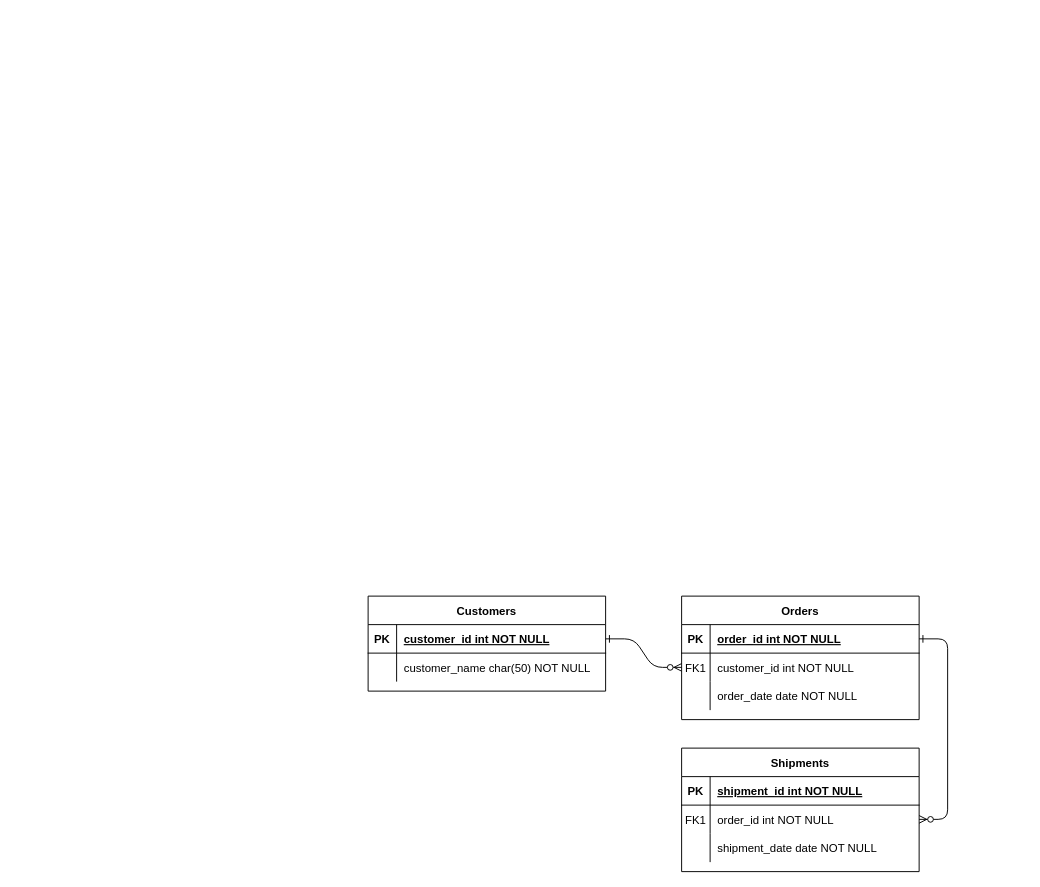
vitorjurj/GIS_Spatii_Verzi keeps this draw.io diagram as GIS_Spatii_Verzi.drawio. Above is the earlier version. Source tidied: cells renumbered, new cells numbered last; positions are measured from the earlier drawing's top-left corner, leaving out a move shared by most shapes. Both pictures are drawn from the tidied source at 95%, with x=0, y=0 at pixel (368, 596).
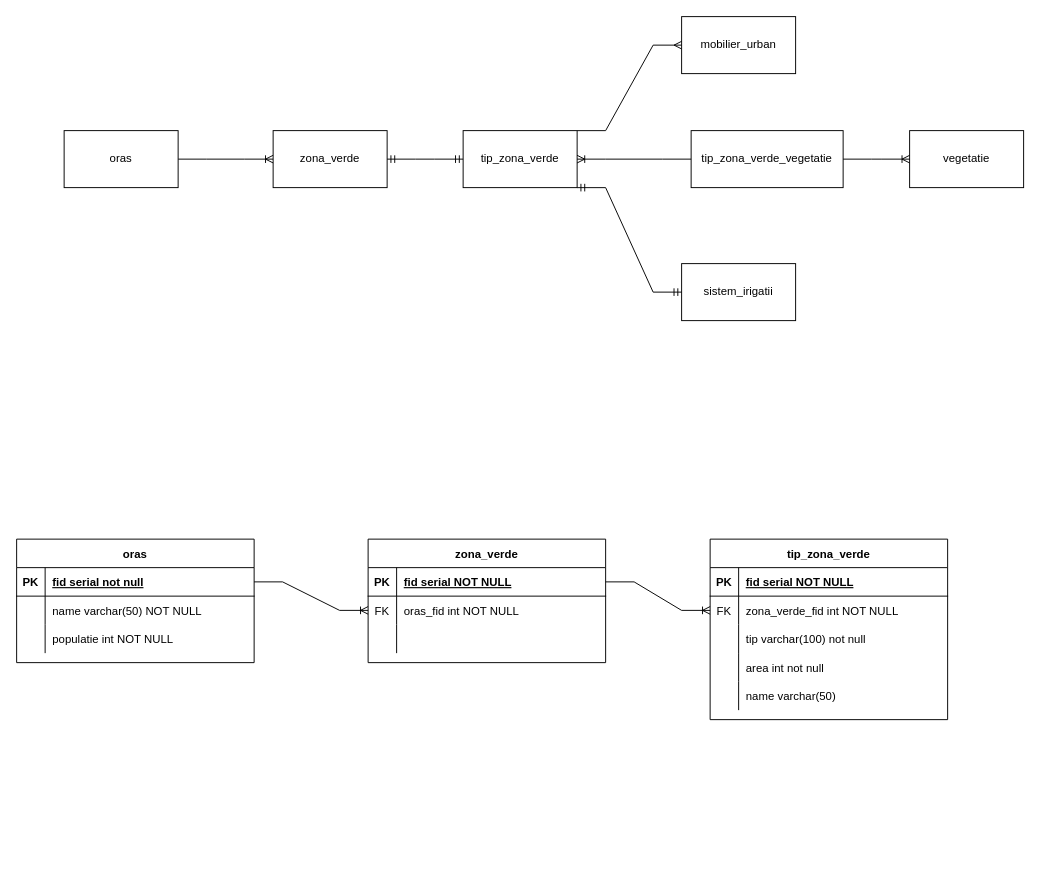
Above is the later version.

Unchanged cells that the change refers to:
```xml
<mxCell id="5" style="shape=partialRectangle;fillColor=none;points=[[0,0.5],[1,0.5]];portConstraint=eastwest;top=0;left=0;right=0;bottom=1;" parent="4" vertex="1">
  <mxGeometry y="30" width="250" height="30" as="geometry" />
</mxCell>
<mxCell id="8" style="shape=partialRectangle;fillColor=none;points=[[0,0.5],[1,0.5]];portConstraint=eastwest;top=0;left=0;right=0;bottom=0;" parent="4" vertex="1">
  <mxGeometry y="60" width="250" height="30" as="geometry" />
</mxCell>
<mxCell id="11" style="shape=partialRectangle;fillColor=none;top=0;left=0;right=0;bottom=0;" parent="4" vertex="1">
  <mxGeometry y="90" width="250" height="30" as="geometry" />
</mxCell>
<mxCell id="15" style="shape=partialRectangle;fillColor=none;top=0;left=0;right=0;bottom=1;" parent="14" vertex="1">
  <mxGeometry y="30" width="250" height="30" as="geometry" />
</mxCell>
<mxCell id="18" style="shape=partialRectangle;fillColor=none;points=[[0,0.5],[1,0.5]];portConstraint=eastwest;top=0;left=0;right=0;bottom=0;" parent="14" vertex="1">
  <mxGeometry y="60" width="250" height="30" as="geometry" />
</mxCell>
<mxCell id="21" style="shape=partialRectangle;fillColor=none;top=0;left=0;right=0;bottom=0;" parent="14" vertex="1">
  <mxGeometry y="90" width="250" height="30" as="geometry" />
</mxCell>
<mxCell id="25" style="shape=partialRectangle;fillColor=none;points=[[0,0.5],[1,0.5]];portConstraint=eastwest;top=0;left=0;right=0;bottom=1;" parent="24" vertex="1">
  <mxGeometry y="30" width="250" height="30" as="geometry" />
</mxCell>
<mxCell id="28" style="shape=partialRectangle;fillColor=none;top=0;left=0;right=0;bottom=0;" parent="24" vertex="1">
  <mxGeometry y="60" width="250" height="30" as="geometry" />
</mxCell>
```

What changed in the source:
```diff
@@
-    <mxCell id="2" style="edgeStyle=entityRelationEdgeStyle;endArrow=ERzeroToMany;startArrow=ERone;endFill=1;startFill=0;" parent="1" edge="1" source="25" target="8">
-      <mxGeometry relative="1" as="geometry" />
-    </mxCell>
-    <mxCell id="3" style="edgeStyle=entityRelationEdgeStyle;endArrow=ERzeroToMany;startArrow=ERone;endFill=1;startFill=0;" parent="1" edge="1" source="5" target="18">
-      <mxGeometry relative="1" as="geometry" />
-    </mxCell>
-    <mxCell id="4" value="Orders" style="shape=table;startSize=30;childLayout=tableLayout;rowLines=0;fontStyle=1;align=center;" parent="1" vertex="1">
-      <mxGeometry x="330" width="250" height="130" as="geometry" />
+    <mxCell id="4" value="zona_verde" style="shape=table;startSize=30;childLayout=tableLayout;rowLines=0;fontStyle=1;align=center;" parent="1" vertex="1">
+      <mxGeometry y="-60" width="250" height="130" as="geometry" />
     </mxCell>
@@
-    <mxCell id="7" value="order_id int NOT NULL " style="shape=partialRectangle;overflow=hidden;fillColor=none;top=0;left=0;bottom=0;right=0;align=left;spacingLeft=6;fontStyle=5;" parent="5" vertex="1">
+    <mxCell id="7" value="fid serial NOT NULL " style="shape=partialRectangle;overflow=hidden;fillColor=none;top=0;left=0;bottom=0;right=0;align=left;spacingLeft=6;fontStyle=5;" parent="5" vertex="1">
       <mxGeometry x="30" width="220" height="30" as="geometry" />
     </mxCell>
@@
-    <mxCell id="9" value="FK1" style="shape=partialRectangle;overflow=hidden;fillColor=none;top=0;left=0;bottom=0;right=0;" parent="8" vertex="1">
+    <mxCell id="9" value="FK" style="shape=partialRectangle;overflow=hidden;fillColor=none;top=0;left=0;bottom=0;right=0;" parent="8" vertex="1">
       <mxGeometry width="30" height="30" as="geometry" />
     </mxCell>
-    <mxCell id="10" value="customer_id int NOT NULL" style="shape=partialRectangle;overflow=hidden;fillColor=none;top=0;left=0;bottom=0;right=0;align=left;spacingLeft=6;" parent="8" vertex="1">
+    <mxCell id="10" value="oras_fid int NOT NULL" style="shape=partialRectangle;overflow=hidden;fillColor=none;top=0;left=0;bottom=0;right=0;align=left;spacingLeft=6;" parent="8" vertex="1">
       <mxGeometry x="30" width="220" height="30" as="geometry" />
     </mxCell>
@@
-    <mxCell id="13" value="order_date date NOT NULL" style="shape=partialRectangle;overflow=hidden;fillColor=none;top=0;left=0;bottom=0;right=0;align=left;spacingLeft=6;" parent="11" vertex="1">
+    <mxCell id="13" style="shape=partialRectangle;overflow=hidden;fillColor=none;top=0;left=0;bottom=0;right=0;align=left;spacingLeft=6;" parent="11" vertex="1">
       <mxGeometry x="30" width="220" height="30" as="geometry" />
     </mxCell>
-    <mxCell id="14" value="Shipments" style="shape=table;startSize=30;childLayout=tableLayout;rowLines=0;fontStyle=1;align=center;" parent="1" vertex="1">
-      <mxGeometry x="330" y="160" width="250" height="130" as="geometry" />
+    <mxCell id="14" value="tip_zona_verde" style="shape=table;startSize=30;childLayout=tableLayout;rowLines=0;fontStyle=1;align=center;" parent="1" vertex="1">
+      <mxGeometry x="360" y="-60" width="250" height="190" as="geometry" />
     </mxCell>
@@
-    <mxCell id="17" value="shipment_id int NOT NULL " style="shape=partialRectangle;overflow=hidden;fillColor=none;top=0;left=0;bottom=0;right=0;align=left;spacingLeft=6;fontStyle=5;" parent="15" vertex="1">
+    <mxCell id="17" value="fid serial NOT NULL" style="shape=partialRectangle;overflow=hidden;fillColor=none;top=0;left=0;bottom=0;right=0;align=left;spacingLeft=6;fontStyle=5;" parent="15" vertex="1">
       <mxGeometry x="30" width="220" height="30" as="geometry" />
     </mxCell>
@@
-    <mxCell id="19" value="FK1" style="shape=partialRectangle;overflow=hidden;fillColor=none;top=0;left=0;bottom=0;right=0;" parent="18" vertex="1">
+    <mxCell id="19" value="FK" style="shape=partialRectangle;overflow=hidden;fillColor=none;top=0;left=0;bottom=0;right=0;" parent="18" vertex="1">
       <mxGeometry width="30" height="30" as="geometry" />
     </mxCell>
-    <mxCell id="20" value="order_id int NOT NULL" style="shape=partialRectangle;overflow=hidden;fillColor=none;top=0;left=0;bottom=0;right=0;align=left;spacingLeft=6;" parent="18" vertex="1">
+    <mxCell id="20" value="zona_verde_fid int NOT NULL" style="shape=partialRectangle;overflow=hidden;fillColor=none;top=0;left=0;bottom=0;right=0;align=left;spacingLeft=6;" parent="18" vertex="1">
       <mxGeometry x="30" width="220" height="30" as="geometry" />
     </mxCell>
@@
-    <mxCell id="23" value="shipment_date date NOT NULL" style="shape=partialRectangle;overflow=hidden;fillColor=none;top=0;left=0;bottom=0;right=0;align=left;spacingLeft=6;" parent="21" vertex="1">
+    <mxCell id="23" value="tip varchar(100) not null" style="shape=partialRectangle;overflow=hidden;fillColor=none;top=0;left=0;bottom=0;right=0;align=left;spacingLeft=6;" parent="21" vertex="1">
       <mxGeometry x="30" width="220" height="30" as="geometry" />
     </mxCell>
+    <mxCell id="31" style="shape=partialRectangle;fillColor=none;top=0;left=0;right=0;bottom=0;" parent="14" vertex="1">
+      <mxGeometry y="120" width="250" height="30" as="geometry" />
+    </mxCell>
+    <mxCell id="32" style="shape=partialRectangle;overflow=hidden;fillColor=none;top=0;left=0;bottom=0;right=0;" parent="31" vertex="1">
+      <mxGeometry width="30" height="30" as="geometry" />
+    </mxCell>
+    <mxCell id="33" value="area int not null" style="shape=partialRectangle;overflow=hidden;fillColor=none;top=0;left=0;bottom=0;right=0;align=left;spacingLeft=6;" parent="31" vertex="1">
+      <mxGeometry x="30" width="220" height="30" as="geometry" />
+    </mxCell>
+    <mxCell id="34" style="shape=partialRectangle;fillColor=none;top=0;left=0;right=0;bottom=0;" parent="14" vertex="1">
+      <mxGeometry y="150" width="250" height="30" as="geometry" />
+    </mxCell>
+    <mxCell id="35" style="shape=partialRectangle;overflow=hidden;fillColor=none;top=0;left=0;bottom=0;right=0;" parent="34" vertex="1">
+      <mxGeometry width="30" height="30" as="geometry" />
+    </mxCell>
+    <mxCell id="36" value="name varchar(50) " style="shape=partialRectangle;overflow=hidden;fillColor=none;top=0;left=0;bottom=0;right=0;align=left;spacingLeft=6;" parent="34" vertex="1">
+      <mxGeometry x="30" width="220" height="30" as="geometry" />
+    </mxCell>
-    <mxCell id="24" value="Customers" style="shape=table;startSize=30;childLayout=tableLayout;rowLines=0;fontStyle=1;align=center;" parent="1" vertex="1">
-      <mxGeometry width="250" height="100" as="geometry" />
+    <mxCell id="24" value="oras" style="shape=table;startSize=30;childLayout=tableLayout;rowLines=0;fontStyle=1;align=center;" parent="1" vertex="1">
+      <mxGeometry x="-370" y="-60" width="250" height="130" as="geometry" />
     </mxCell>
@@
-    <mxCell id="27" value="customer_id int NOT NULL " style="shape=partialRectangle;overflow=hidden;fillColor=none;top=0;left=0;bottom=0;right=0;align=left;spacingLeft=6;fontStyle=5;" parent="25" vertex="1">
+    <mxCell id="27" value="fid serial not null" style="shape=partialRectangle;overflow=hidden;fillColor=none;top=0;left=0;bottom=0;right=0;align=left;spacingLeft=6;fontStyle=5;" parent="25" vertex="1">
       <mxGeometry x="30" width="220" height="30" as="geometry" />
     </mxCell>
@@
-    <mxCell id="30" value="customer_name char(50) NOT NULL" style="shape=partialRectangle;overflow=hidden;fillColor=none;top=0;left=0;bottom=0;right=0;align=left;spacingLeft=6;" parent="28" vertex="1">
+    <mxCell id="30" value="name varchar(50) NOT NULL" style="shape=partialRectangle;overflow=hidden;fillColor=none;top=0;left=0;bottom=0;right=0;align=left;spacingLeft=6;" parent="28" vertex="1">
       <mxGeometry x="30" width="220" height="30" as="geometry" />
     </mxCell>
+    <mxCell id="37" style="shape=partialRectangle;fillColor=none;top=0;left=0;right=0;bottom=0;" parent="24" vertex="1">
+      <mxGeometry y="90" width="250" height="30" as="geometry" />
+    </mxCell>
+    <mxCell id="38" style="shape=partialRectangle;overflow=hidden;fillColor=none;top=0;left=0;bottom=0;right=0;" parent="37" vertex="1">
+      <mxGeometry width="30" height="30" as="geometry" />
+    </mxCell>
+    <mxCell id="39" value="populatie int NOT NULL" style="shape=partialRectangle;overflow=hidden;fillColor=none;top=0;left=0;bottom=0;right=0;align=left;spacingLeft=6;" parent="37" vertex="1">
+      <mxGeometry x="30" width="220" height="30" as="geometry" />
+    </mxCell>
+    <mxCell id="40" value="zona_verde" style="rounded=0;whiteSpace=wrap;html=1;" parent="1" vertex="1">
+      <mxGeometry x="-100" y="-490" width="120" height="60" as="geometry" />
+    </mxCell>
+    <mxCell id="41" value="tip_zona_verde" style="rounded=0;whiteSpace=wrap;html=1;" parent="1" vertex="1">
+      <mxGeometry x="100" y="-490" width="120" height="60" as="geometry" />
+    </mxCell>
+    <mxCell id="42" value="tip_zona_verde_vegetatie" style="rounded=0;whiteSpace=wrap;html=1;" parent="1" vertex="1">
+      <mxGeometry x="340" y="-490" width="160" height="60" as="geometry" />
+    </mxCell>
+    <mxCell id="43" value="mobilier_urban" style="rounded=0;whiteSpace=wrap;html=1;" parent="1" vertex="1">
+      <mxGeometry x="330" y="-610" width="120" height="60" as="geometry" />
+    </mxCell>
+    <mxCell id="44" value="sistem_irigatii" style="rounded=0;whiteSpace=wrap;html=1;" parent="1" vertex="1">
+      <mxGeometry x="330" y="-350" width="120" height="60" as="geometry" />
+    </mxCell>
+    <mxCell id="45" style="edgeStyle=entityRelationEdgeStyle;fontSize=12;html=1;endArrow=ERoneToMany;rounded=0;exitX=1;exitY=0.5;exitDx=0;exitDy=0;entryX=0;entryY=0.5;entryDx=0;entryDy=0;" parent="1" edge="1" source="49" target="40">
+      <mxGeometry relative="1" as="geometry" />
+    </mxCell>
+    <mxCell id="46" style="edgeStyle=entityRelationEdgeStyle;fontSize=12;html=1;endArrow=ERoneToMany;rounded=0;exitX=0;exitY=0.5;exitDx=0;exitDy=0;entryX=1;entryY=0.5;entryDx=0;entryDy=0;" parent="1" edge="1" source="42" target="41">
+      <mxGeometry relative="1" as="geometry" />
+    </mxCell>
+    <mxCell id="47" style="edgeStyle=entityRelationEdgeStyle;fontSize=12;html=1;endArrow=ERmany;rounded=0;exitX=1;exitY=0;exitDx=0;exitDy=0;entryX=0;entryY=0.5;entryDx=0;entryDy=0;" parent="1" edge="1" source="41" target="43">
+      <mxGeometry relative="1" as="geometry" />
+    </mxCell>
+    <mxCell id="48" style="edgeStyle=entityRelationEdgeStyle;fontSize=12;html=1;endArrow=ERmandOne;startArrow=ERmandOne;rounded=0;exitX=1;exitY=1;exitDx=0;exitDy=0;entryX=0;entryY=0.5;entryDx=0;entryDy=0;" parent="1" edge="1" source="41" target="44">
+      <mxGeometry relative="1" as="geometry" />
+    </mxCell>
+    <mxCell id="49" value="oras" style="rounded=0;whiteSpace=wrap;html=1;" parent="1" vertex="1">
+      <mxGeometry x="-320" y="-490" width="120" height="60" as="geometry" />
+    </mxCell>
+    <mxCell id="50" style="edgeStyle=entityRelationEdgeStyle;fontSize=12;html=1;endArrow=ERmandOne;startArrow=ERmandOne;rounded=0;exitX=1;exitY=0.5;exitDx=0;exitDy=0;entryX=0;entryY=0.5;entryDx=0;entryDy=0;" parent="1" edge="1" source="40" target="41">
+      <mxGeometry relative="1" as="geometry" />
+    </mxCell>
+    <mxCell id="51" value="vegetatie" style="rounded=0;whiteSpace=wrap;html=1;" parent="1" vertex="1">
+      <mxGeometry x="570" y="-490" width="120" height="60" as="geometry" />
+    </mxCell>
+    <mxCell id="52" style="edgeStyle=entityRelationEdgeStyle;fontSize=12;html=1;endArrow=ERoneToMany;rounded=0;entryX=0;entryY=0.5;entryDx=0;entryDy=0;exitX=1;exitY=0.5;exitDx=0;exitDy=0;" parent="1" edge="1" source="42" target="51">
+      <mxGeometry relative="1" as="geometry" />
+    </mxCell>
+    <mxCell id="2" style="edgeStyle=entityRelationEdgeStyle;fontSize=12;html=1;endArrow=ERoneToMany;rounded=0;exitX=1;exitY=0.5;exitDx=0;exitDy=0;entryX=0;entryY=0.5;entryDx=0;entryDy=0;" parent="1" edge="1" source="25" target="8">
+      <mxGeometry relative="1" as="geometry" />
+    </mxCell>
+    <mxCell id="3" style="edgeStyle=entityRelationEdgeStyle;fontSize=12;html=1;endArrow=ERoneToMany;rounded=0;exitX=1;exitY=0.5;exitDx=0;exitDy=0;entryX=0;entryY=0.5;entryDx=0;entryDy=0;" parent="1" edge="1" source="5" target="18">
+      <mxGeometry relative="1" as="geometry" />
+    </mxCell>
```
